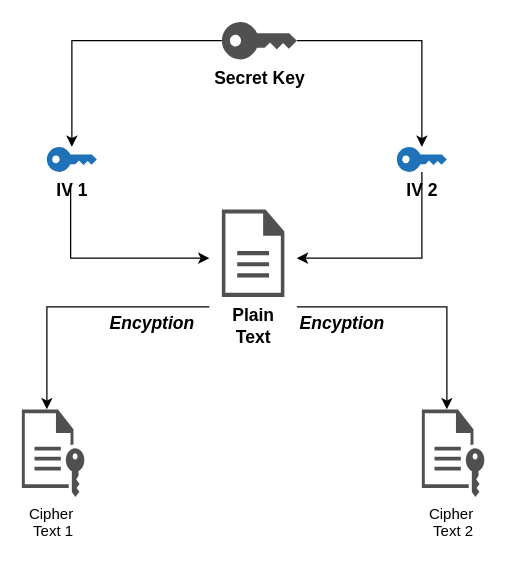
Earlier version of the draw.io diagram AES En/Decryption Diagram.drawio (mujianlo/hrpt_drawio). Source tidied: cells renumbered, new cells numbered last; positions are measured from the earlier drawing's top-left corner, leaving out a move shared by most shapes. Both pictures are drawn from the tidied source at 125%, with x=0, y=0 at pixel (21, 21).
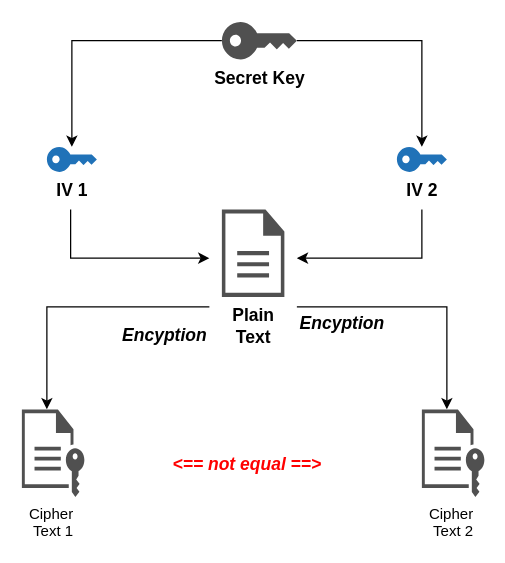
The same diagram, later.

Change to the diagram source:
```diff
@@
     <mxCell id="2" style="edgeStyle=elbowEdgeStyle;rounded=0;orthogonalLoop=1;jettySize=auto;html=1;" parent="1" edge="1">
       <mxGeometry relative="1" as="geometry">
-        <mxPoint x="39" y="130" as="sourcePoint" />
+        <mxPoint x="39" y="150" as="sourcePoint" />
         <mxPoint x="150" y="189" as="targetPoint" />
         <Array as="points">
           <mxPoint x="39" y="170" />
         </Array>
       </mxGeometry>
     </mxCell>
@@
-    <mxCell id="13" style="edgeStyle=elbowEdgeStyle;rounded=0;orthogonalLoop=1;jettySize=auto;html=1;exitX=2;exitY=0.5;exitDx=0;exitDy=0;exitPerimeter=0;" parent="1" edge="1">
+    <mxCell id="13" style="edgeStyle=elbowEdgeStyle;rounded=0;orthogonalLoop=1;jettySize=auto;html=1;" parent="1" edge="1">
       <mxGeometry relative="1" as="geometry">
-        <mxPoint x="320" y="120" as="sourcePoint" />
+        <mxPoint x="320" y="150" as="sourcePoint" />
         <mxPoint x="220" y="189" as="targetPoint" />
         <Array as="points">
           <mxPoint x="320" y="160" />
         </Array>
       </mxGeometry>
     </mxCell>
@@
-    <mxCell id="15" value="Encyption" style="text;strokeColor=none;fillColor=none;html=1;fontSize=14;fontStyle=3;verticalAlign=middle;align=center;" parent="1" vertex="1">
-      <mxGeometry x="50" y="228" width="107.5" height="25" as="geometry" />
+    <mxCell id="15" value="&amp;lt;== not equal ==&amp;gt;" style="text;strokeColor=none;fillColor=none;html=1;fontSize=14;fontStyle=3;verticalAlign=middle;align=center;fontColor=#FF0000;" parent="1" vertex="1">
+      <mxGeometry x="100" y="340" width="160" height="27.5" as="geometry" />
     </mxCell>
+    <mxCell id="16" value="Encyption" style="text;strokeColor=none;fillColor=none;html=1;fontSize=14;fontStyle=3;verticalAlign=middle;align=center;" parent="1" vertex="1">
+      <mxGeometry x="60" y="238" width="107.5" height="25" as="geometry" />
+    </mxCell>
```
